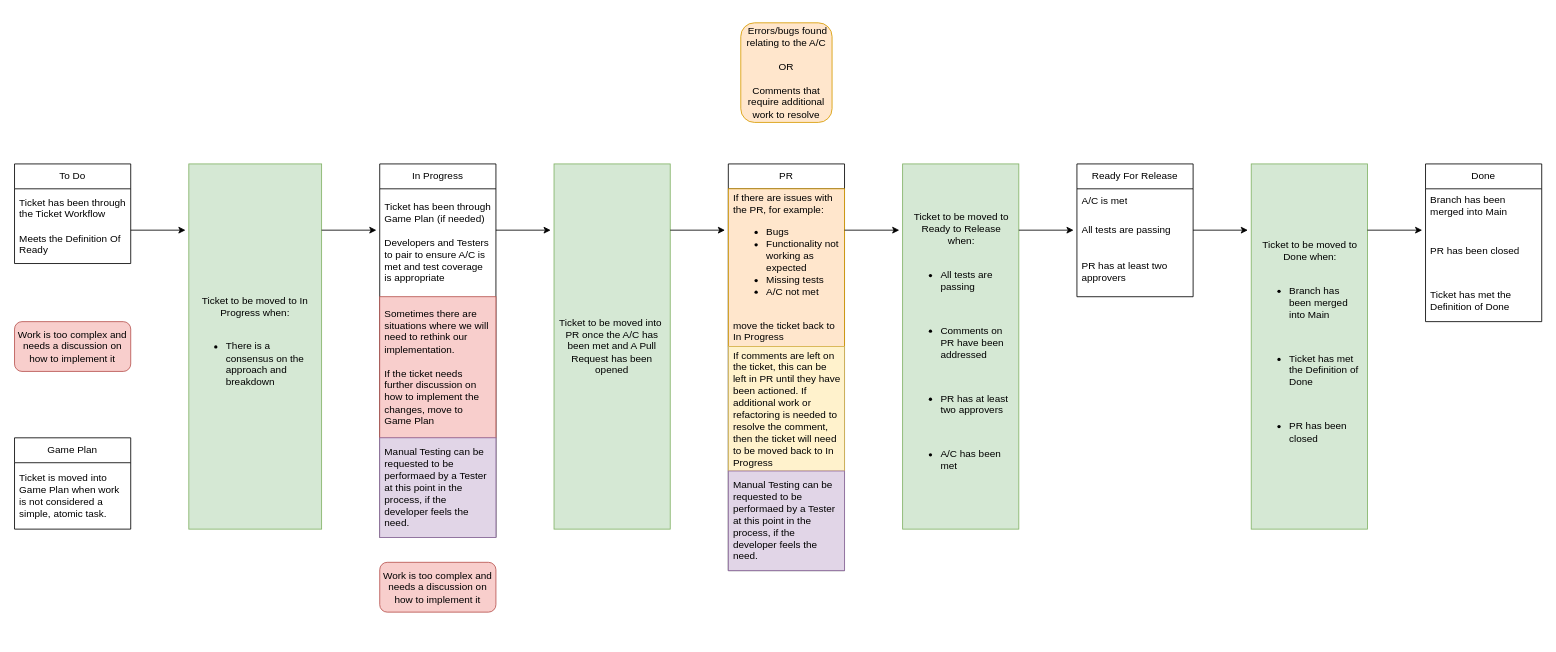
Earlier version of the draw.io diagram Process Workflow.drawio (EmmaHawkins/test_flows). Source tidied: cells renumbered, new cells numbered last; positions are measured from the earlier drawing's top-left corner, leaving out a move shared by most shapes. Both pictures are drawn from the tidied source at 83%, with x=0, y=0 at pixel (14, 22).
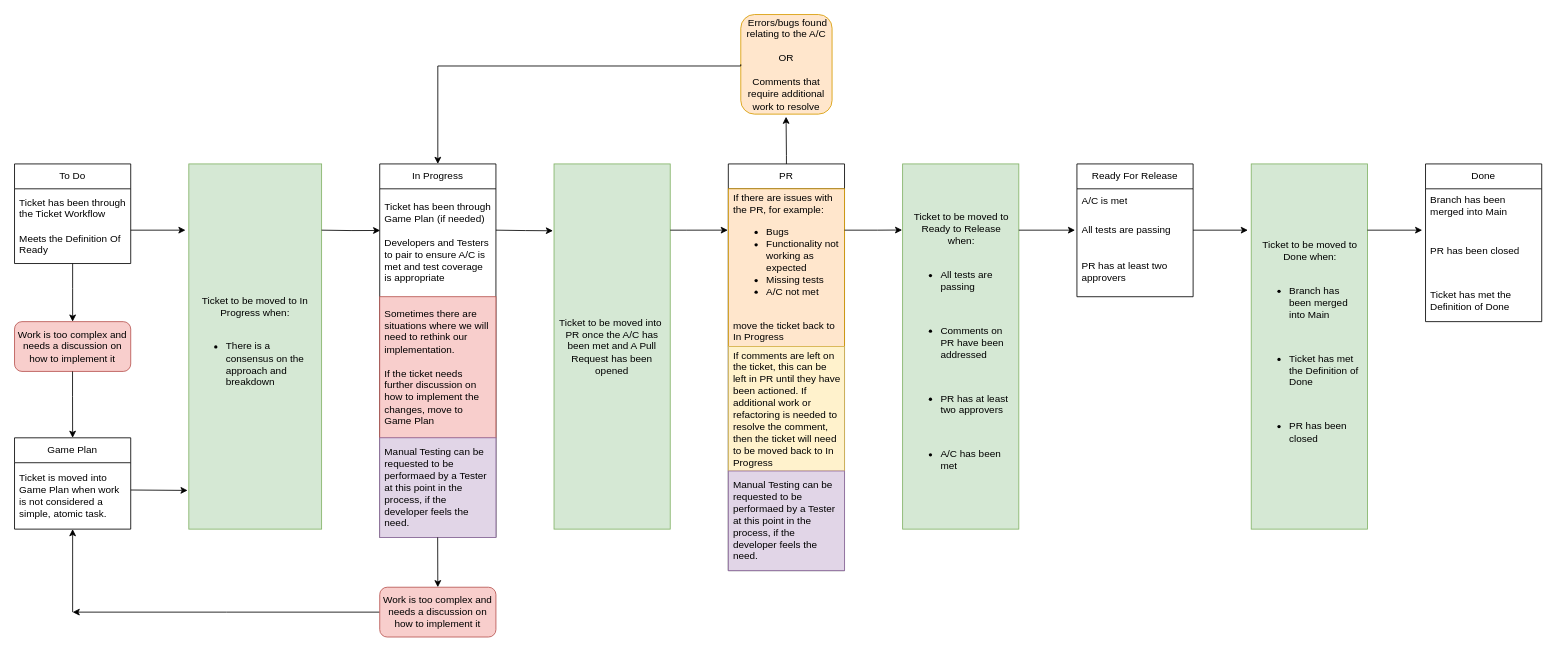
Above is the later version.

The change refers to these unchanged cells:
```xml
<mxCell id="3" value="Ticket has been through the Ticket Workflow&lt;br&gt;&lt;br&gt;Meets the Definition Of Ready" style="text;strokeColor=none;fillColor=none;align=left;verticalAlign=middle;spacingLeft=4;spacingRight=4;overflow=hidden;points=[[0,0.5],[1,0.5]];portConstraint=eastwest;whiteSpace=wrap;html=1;" parent="2" vertex="1">
  <mxGeometry y="30" width="140" height="90" as="geometry" />
</mxCell>
<mxCell id="4" value="Game Plan" style="swimlane;fontStyle=0;horizontal=1;startSize=30;whiteSpace=wrap;html=1;" parent="1" vertex="1">
  <mxGeometry y="500" width="140" height="110" as="geometry" />
</mxCell>
<mxCell id="5" value="Ticket is moved into Game Plan when work is not considered a simple, atomic task." style="text;strokeColor=none;fillColor=none;align=left;verticalAlign=middle;spacingLeft=4;spacingRight=4;overflow=hidden;points=[[0,0.5],[1,0.5]];portConstraint=eastwest;whiteSpace=wrap;html=1;" parent="4" vertex="1">
  <mxGeometry y="30" width="140" height="80" as="geometry" />
</mxCell>
<mxCell id="7" value="Ticket has been through Game Plan (if needed)&lt;br&gt;&lt;br&gt;Developers and Testers to pair to ensure A/C is met and test coverage is appropriate" style="text;strokeColor=none;fillColor=none;align=left;verticalAlign=middle;spacingLeft=4;spacingRight=4;overflow=hidden;points=[[0,0.5],[1,0.5]];portConstraint=eastwest;whiteSpace=wrap;html=1;" parent="6" vertex="1">
  <mxGeometry y="30" width="140" height="130" as="geometry" />
</mxCell>
<mxCell id="10" value="PR" style="swimlane;fontStyle=0;horizontal=1;startSize=30;whiteSpace=wrap;html=1;" parent="1" vertex="1">
  <mxGeometry x="860" y="170" width="140" height="490" as="geometry" />
</mxCell>
<mxCell id="11" value="&lt;span style=&quot;background-color: initial;&quot;&gt;If there are issues with the PR, for example:&amp;nbsp;&lt;br&gt;&lt;ul&gt;&lt;li&gt;Bugs&lt;/li&gt;&lt;li&gt;Functionality not working as expected&lt;/li&gt;&lt;li&gt;Missing tests&lt;/li&gt;&lt;li&gt;A/C not met&lt;/li&gt;&lt;/ul&gt;&lt;/span&gt;&lt;br&gt;move the ticket back to In Progress" style="text;strokeColor=#d79b00;fillColor=#ffe6cc;align=left;verticalAlign=middle;spacingLeft=4;spacingRight=4;overflow=hidden;points=[[0,0.5],[1,0.5]];portConstraint=eastwest;whiteSpace=wrap;html=1;" parent="10" vertex="1">
  <mxGeometry y="30" width="140" height="190" as="geometry" />
</mxCell>
<mxCell id="16" value="All tests are passing" style="text;strokeColor=none;fillColor=none;align=left;verticalAlign=middle;spacingLeft=4;spacingRight=4;overflow=hidden;points=[[0,0.5],[1,0.5]];portConstraint=eastwest;whiteSpace=wrap;html=1;" parent="14" vertex="1">
  <mxGeometry y="60" width="140" height="40" as="geometry" />
</mxCell>
<mxCell id="23" value="Work is too complex and needs a discussion on how to implement it" style="rounded=1;whiteSpace=wrap;html=1;fillColor=#f8cecc;strokeColor=#b85450;" parent="1" vertex="1">
  <mxGeometry y="360" width="140" height="60" as="geometry" />
</mxCell>
<mxCell id="24" value="Ticket to be moved to In Progress when:&lt;br&gt;&lt;br&gt;&lt;ul&gt;&lt;li style=&quot;text-align: left;&quot;&gt;There is a consensus on the approach and breakdown&lt;br&gt;&lt;/li&gt;&lt;/ul&gt;" style="text;strokeColor=#82b366;fillColor=#d5e8d4;align=center;verticalAlign=middle;spacingLeft=4;spacingRight=4;overflow=hidden;points=[[0,0.5],[1,0.5]];portConstraint=eastwest;whiteSpace=wrap;html=1;" parent="1" vertex="1">
  <mxGeometry x="210" y="170" width="160" height="440" as="geometry" />
</mxCell>
<mxCell id="25" value="Ticket to be moved into&amp;nbsp; PR once the A/C has been met and A Pull Request has been opened" style="text;strokeColor=#82b366;fillColor=#d5e8d4;align=center;verticalAlign=middle;spacingLeft=4;spacingRight=4;overflow=hidden;points=[[0,0.5],[1,0.5]];portConstraint=eastwest;whiteSpace=wrap;html=1;" parent="1" vertex="1">
  <mxGeometry x="650" y="170" width="140" height="440" as="geometry" />
</mxCell>
<mxCell id="26" value="&lt;div style=&quot;text-align: center;&quot;&gt;&lt;span style=&quot;background-color: initial;&quot;&gt;Ticket to be moved to Ready to Release when:&lt;/span&gt;&lt;/div&gt;&lt;br&gt;&lt;ul&gt;&lt;li&gt;All tests are passing&lt;/li&gt;&lt;/ul&gt;&lt;div&gt;&lt;br&gt;&lt;/div&gt;&lt;ul&gt;&lt;li&gt;Comments on PR have been addressed&lt;/li&gt;&lt;/ul&gt;&lt;div&gt;&lt;br&gt;&lt;/div&gt;&lt;ul&gt;&lt;li&gt;PR has at least two approvers&lt;/li&gt;&lt;/ul&gt;&lt;div&gt;&lt;br&gt;&lt;/div&gt;&lt;ul&gt;&lt;li&gt;A/C has been met&lt;/li&gt;&lt;/ul&gt;" style="text;strokeColor=#82b366;fillColor=#d5e8d4;align=left;verticalAlign=middle;spacingLeft=4;spacingRight=4;overflow=hidden;points=[[0,0.5],[1,0.5]];portConstraint=eastwest;whiteSpace=wrap;html=1;" parent="1" vertex="1">
  <mxGeometry x="1070" y="170" width="140" height="440" as="geometry" />
</mxCell>
```

Diff of the diagram source:
```diff
@@
     <mxCell id="22" value="&amp;nbsp;Errors/bugs found relating to the A/C&lt;br&gt;&lt;br&gt;OR&lt;br&gt;&lt;br&gt;Comments that require additional work to resolve" style="rounded=1;whiteSpace=wrap;html=1;fillColor=#ffe6cc;strokeColor=#d79b00;" parent="1" vertex="1">
-      <mxGeometry x="875" width="110" height="120" as="geometry" />
+      <mxGeometry x="875" y="-10" width="110" height="120" as="geometry" />
     </mxCell>
@@
+    <mxCell id="37" style="edgeStyle=orthogonalEdgeStyle;rounded=0;jettySize=auto;html=1;" parent="1" edge="1" source="28">
+      <mxGeometry relative="1" as="geometry">
+        <mxPoint x="70" y="710" as="targetPoint" />
+      </mxGeometry>
+    </mxCell>
     <mxCell id="28" value="Work is too complex and needs a discussion on how to implement it" style="rounded=1;whiteSpace=wrap;html=1;fillColor=#f8cecc;strokeColor=#b85450;" parent="1" vertex="1">
-      <mxGeometry x="440" y="650" width="140" height="60" as="geometry" />
+      <mxGeometry x="440" y="680" width="140" height="60" as="geometry" />
     </mxCell>
-    <mxCell id="29" style="edgeStyle=orthogonalEdgeStyle;rounded=0;orthogonalLoop=1;jettySize=auto;html=1;exitX=1;exitY=0.5;exitDx=0;exitDy=0;entryX=-0.024;entryY=0.17;entryDx=0;entryDy=0;entryPerimeter=0;" parent="1" edge="1">
+    <mxCell id="29" style="edgeStyle=orthogonalEdgeStyle;rounded=0;jettySize=auto;html=1;exitX=1;exitY=0.5;exitDx=0;exitDy=0;entryX=0.004;entryY=0.386;entryDx=0;entryDy=0;entryPerimeter=0;" parent="1" edge="1" target="7">
       <mxGeometry relative="1" as="geometry">
         <mxPoint x="370" y="249.8" as="sourcePoint" />
-        <mxPoint x="436" y="249.8" as="targetPoint" />
       </mxGeometry>
     </mxCell>
@@
-    <mxCell id="31" style="edgeStyle=orthogonalEdgeStyle;rounded=0;orthogonalLoop=1;jettySize=auto;html=1;exitX=1;exitY=0.5;exitDx=0;exitDy=0;entryX=-0.024;entryY=0.17;entryDx=0;entryDy=0;entryPerimeter=0;" parent="1" edge="1">
+    <mxCell id="31" style="edgeStyle=orthogonalEdgeStyle;rounded=0;jettySize=auto;html=1;exitX=1;exitY=0.5;exitDx=0;exitDy=0;entryX=-0.009;entryY=0.183;entryDx=0;entryDy=0;entryPerimeter=0;" parent="1" edge="1" target="25">
       <mxGeometry relative="1" as="geometry">
         <mxPoint x="580" y="249.8" as="sourcePoint" />
-        <mxPoint x="646" y="249.8" as="targetPoint" />
       </mxGeometry>
     </mxCell>
-    <mxCell id="32" style="edgeStyle=orthogonalEdgeStyle;rounded=0;orthogonalLoop=1;jettySize=auto;html=1;exitX=1;exitY=0.5;exitDx=0;exitDy=0;entryX=-0.024;entryY=0.17;entryDx=0;entryDy=0;entryPerimeter=0;" parent="1" edge="1">
+    <mxCell id="32" style="edgeStyle=orthogonalEdgeStyle;rounded=0;jettySize=auto;html=1;exitX=1;exitY=0.5;exitDx=0;exitDy=0;entryX=-0.004;entryY=0.262;entryDx=0;entryDy=0;entryPerimeter=0;" parent="1" edge="1" target="11">
       <mxGeometry relative="1" as="geometry">
         <mxPoint x="790" y="249.8" as="sourcePoint" />
-        <mxPoint x="856" y="249.8" as="targetPoint" />
+        <Array as="points">
+          <mxPoint x="810" y="250" />
+          <mxPoint x="810" y="250" />
+        </Array>
       </mxGeometry>
     </mxCell>
-    <mxCell id="33" style="edgeStyle=orthogonalEdgeStyle;rounded=0;orthogonalLoop=1;jettySize=auto;html=1;exitX=1;exitY=0.5;exitDx=0;exitDy=0;entryX=-0.024;entryY=0.17;entryDx=0;entryDy=0;entryPerimeter=0;" parent="1" edge="1">
+    <mxCell id="33" style="edgeStyle=orthogonalEdgeStyle;rounded=0;jettySize=auto;html=1;exitX=1;exitY=0.5;exitDx=0;exitDy=0;entryX=-0.004;entryY=0.181;entryDx=0;entryDy=0;entryPerimeter=0;" parent="1" edge="1" target="26">
       <mxGeometry relative="1" as="geometry">
         <mxPoint x="1000" y="249.8" as="sourcePoint" />
-        <mxPoint x="1066" y="249.8" as="targetPoint" />
+        <Array as="points">
+          <mxPoint x="1040" y="250" />
+        </Array>
       </mxGeometry>
     </mxCell>
-    <mxCell id="34" style="edgeStyle=orthogonalEdgeStyle;rounded=0;orthogonalLoop=1;jettySize=auto;html=1;exitX=1;exitY=0.5;exitDx=0;exitDy=0;entryX=-0.024;entryY=0.17;entryDx=0;entryDy=0;entryPerimeter=0;" parent="1" edge="1">
+    <mxCell id="34" style="edgeStyle=orthogonalEdgeStyle;rounded=0;jettySize=auto;html=1;exitX=1;exitY=0.5;exitDx=0;exitDy=0;entryX=-0.016;entryY=0.495;entryDx=0;entryDy=0;entryPerimeter=0;" parent="1" edge="1" target="16">
       <mxGeometry relative="1" as="geometry">
         <mxPoint x="1210" y="249.8" as="sourcePoint" />
-        <mxPoint x="1276" y="249.8" as="targetPoint" />
+        <Array as="points">
+          <mxPoint x="1250" y="250" />
+          <mxPoint x="1250" y="250" />
+        </Array>
       </mxGeometry>
     </mxCell>
@@
+    <mxCell id="38" style="endArrow=classic;html=1;rounded=0;entryX=0.5;entryY=0;entryDx=0;entryDy=0;exitX=0.5;exitY=1;exitDx=0;exitDy=0;exitPerimeter=0;" parent="1" edge="1" source="3" target="23">
+      <mxGeometry relative="1" as="geometry">
+        <Array as="points">
+          <mxPoint x="70" y="320" />
+        </Array>
+      </mxGeometry>
+    </mxCell>
+    <mxCell id="39" style="endArrow=classic;html=1;rounded=0;entryX=0.5;entryY=0;entryDx=0;entryDy=0;exitX=0.5;exitY=1;exitDx=0;exitDy=0;exitPerimeter=0;" parent="1" edge="1" target="4">
+      <mxGeometry relative="1" as="geometry">
+        <mxPoint x="69.9" y="420" as="sourcePoint" />
+        <Array as="points">
+          <mxPoint x="69.9" y="450" />
+        </Array>
+      </mxGeometry>
+    </mxCell>
+    <mxCell id="40" style="endArrow=classic;html=1;rounded=0;entryX=-0.009;entryY=0.894;entryDx=0;entryDy=0;exitX=1.001;exitY=0.411;exitDx=0;exitDy=0;exitPerimeter=0;entryPerimeter=0;" parent="1" edge="1" source="5" target="24">
+      <mxGeometry relative="1" as="geometry" />
+    </mxCell>
+    <mxCell id="41" style="endArrow=classic;html=1;rounded=0;entryX=0.5;entryY=0;entryDx=0;entryDy=0;" parent="1" edge="1" target="28">
+      <mxGeometry relative="1" as="geometry">
+        <mxPoint x="509.8" y="620" as="sourcePoint" />
+      </mxGeometry>
+    </mxCell>
+    <mxCell id="42" style="edgeStyle=orthogonalEdgeStyle;rounded=0;jettySize=auto;html=1;" parent="1" edge="1" target="5">
+      <mxGeometry relative="1" as="geometry">
+        <mxPoint x="70" y="710" as="sourcePoint" />
+        <Array as="points">
+          <mxPoint x="70" y="640" />
+          <mxPoint x="70" y="640" />
+        </Array>
+      </mxGeometry>
+    </mxCell>
+    <mxCell id="43" style="edgeStyle=orthogonalEdgeStyle;rounded=0;jettySize=auto;html=1;exitX=0.5;exitY=0;exitDx=0;exitDy=0;entryX=0.496;entryY=1.026;entryDx=0;entryDy=0;entryPerimeter=0;" parent="1" edge="1" source="10" target="22">
+      <mxGeometry relative="1" as="geometry">
+        <Array as="points">
+          <mxPoint x="930" y="160" />
+          <mxPoint x="930" y="160" />
+        </Array>
+      </mxGeometry>
+    </mxCell>
+    <mxCell id="44" style="edgeStyle=orthogonalEdgeStyle;rounded=0;jettySize=auto;html=1;exitX=0;exitY=0.5;exitDx=0;exitDy=0;entryX=0.497;entryY=-0.004;entryDx=0;entryDy=0;entryPerimeter=0;" parent="1" edge="1" source="22">
+      <mxGeometry relative="1" as="geometry">
+        <mxPoint x="510" y="170" as="targetPoint" />
+        <Array as="points">
+          <mxPoint x="875" y="52" />
+          <mxPoint x="510" y="52" />
+        </Array>
+      </mxGeometry>
+    </mxCell>
```
